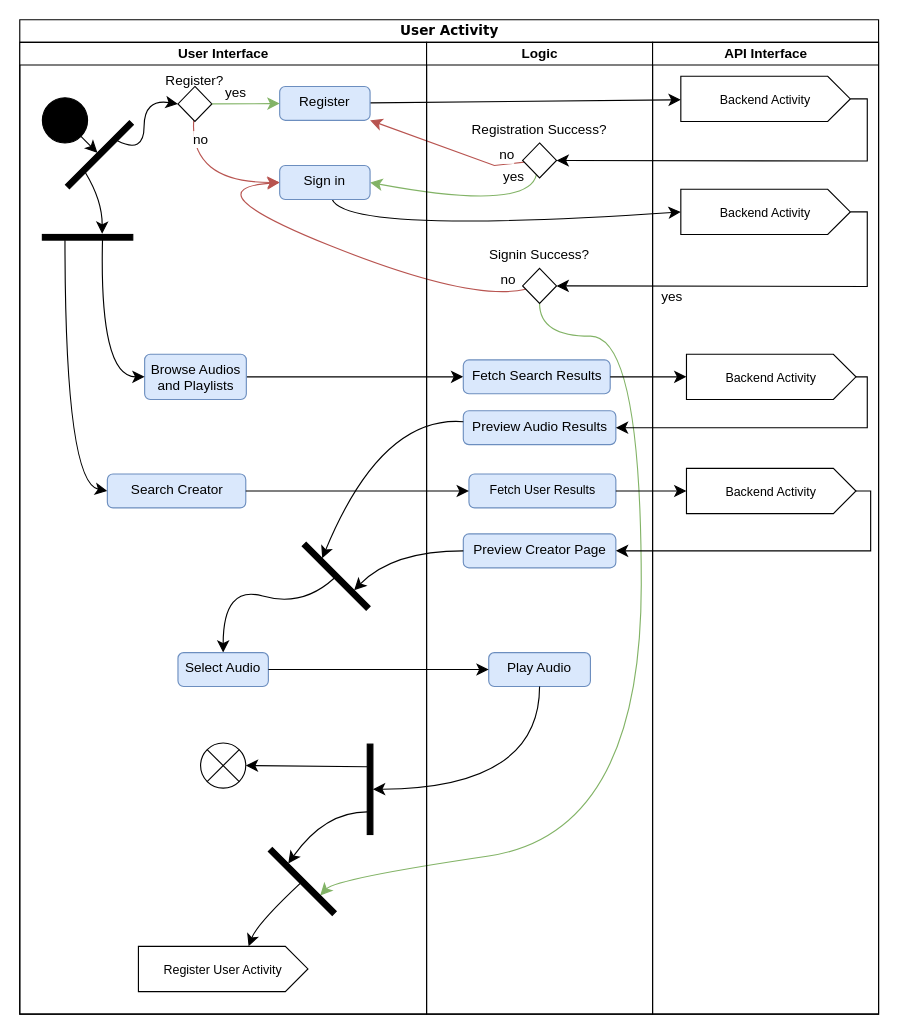
WardZid/AudioWave keeps this draw.io diagram as Diagrams/user-activity.drawio. Above is the earlier version. Source tidied: cells renumbered, new cells numbered last; positions are measured from the earlier drawing's top-left corner, leaving out a move shared by most shapes. Both pictures are drawn from the tidied source at 113%, with x=0, y=0 at pixel (19, 19).
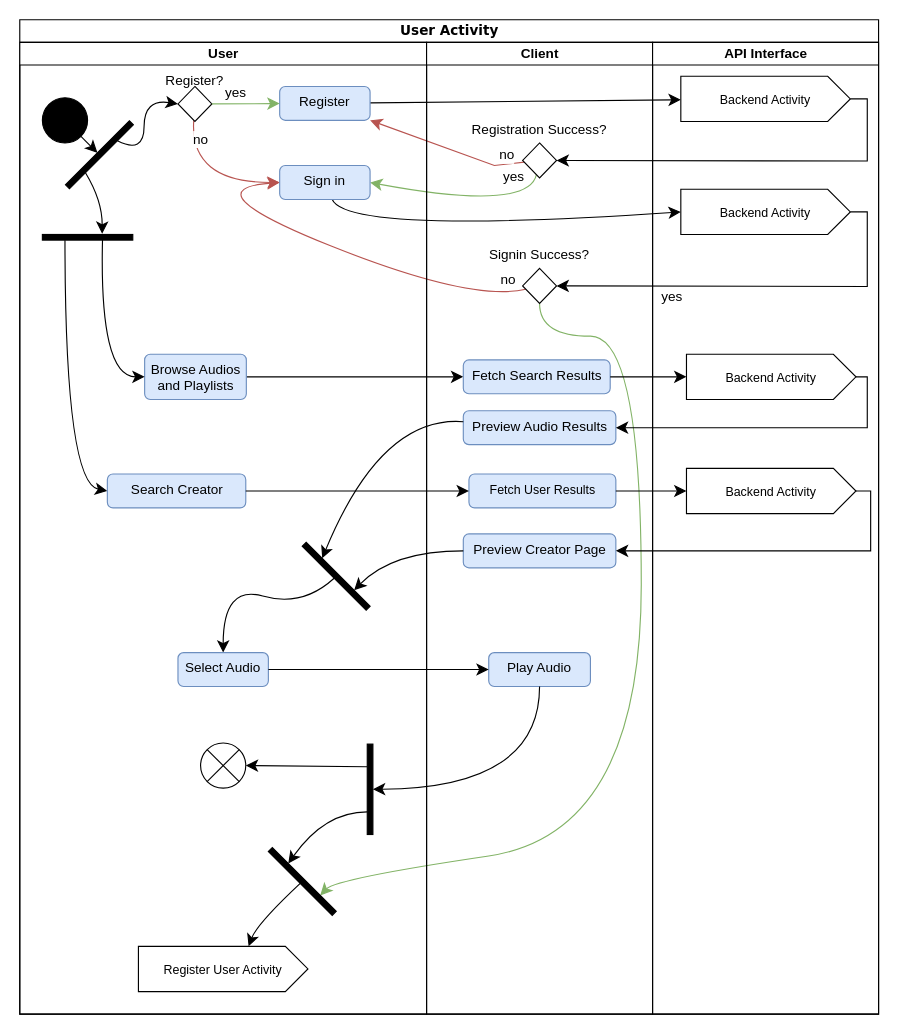
After the change.

Unchanged cells that the change refers to:
```xml
<mxCell id="2" value="User Activity" style="swimlane;html=1;startSize=20;rounded=0;shadow=0;comic=0;labelBackgroundColor=none;strokeWidth=1;fontFamily=Verdana;fontSize=12;align=center;" parent="1" vertex="1">
  <mxGeometry width="760" height="880" as="geometry" />
</mxCell>
```

Change to the diagram source:
```diff
@@
-    <mxCell id="16" value="User Interface" style="swimlane;html=1;startSize=20;" parent="2" vertex="1">
+    <mxCell id="16" value="User" style="swimlane;html=1;startSize=20;" parent="2" vertex="1">
       <mxGeometry y="20" width="360" height="860" as="geometry" />
     </mxCell>
@@
-    <mxCell id="44" value="Logic" style="swimlane;html=1;startSize=20;" parent="2" vertex="1">
+    <mxCell id="44" value="Client" style="swimlane;html=1;startSize=20;" parent="2" vertex="1">
       <mxGeometry x="360" y="20" width="200" height="860" as="geometry" />
     </mxCell>
```
